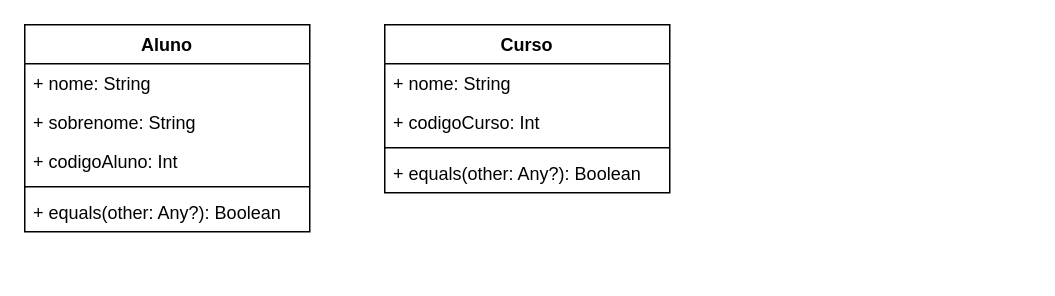
This is uml/DesafioKotlin.drawio from JonatasEliel/DesafioKotlin, a draw.io file, before an edit. Source tidied: cells renumbered, new cells numbered last; positions are measured from the earlier drawing's top-left corner, leaving out a move shared by most shapes. Both pictures are drawn from the tidied source at 150%, with x=0, y=0 at pixel (24, 24).
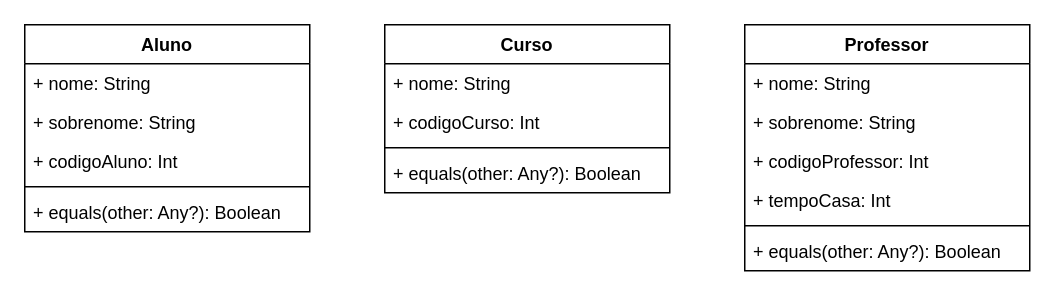
The same diagram, later.

Commit message:
diagrama de classe - Professor

Change to the diagram source:
```diff
@@
 <mxGraphModel>
   <root>
     <mxCell id="0" />
     <mxCell id="1" parent="0" />
     <mxCell id="2" value="Aluno" style="swimlane;fontStyle=1;align=center;verticalAlign=top;horizontal=1;startSize=26;" parent="1" vertex="1">
       <mxGeometry width="190" height="138" as="geometry" />
     </mxCell>
     <mxCell id="3" value="+ nome: String" style="text;strokeColor=none;fillColor=none;align=left;verticalAlign=top;spacingLeft=4;spacingRight=4;overflow=hidden;" parent="2" vertex="1">
       <mxGeometry y="26" width="190" height="26" as="geometry" />
     </mxCell>
     <mxCell id="4" value="+ sobrenome: String" style="text;strokeColor=none;fillColor=none;align=left;verticalAlign=top;spacingLeft=4;spacingRight=4;overflow=hidden;" parent="2" vertex="1">
       <mxGeometry y="52" width="190" height="26" as="geometry" />
     </mxCell>
     <mxCell id="5" value="+ codigoAluno: Int" style="text;strokeColor=none;fillColor=none;align=left;verticalAlign=top;spacingLeft=4;spacingRight=4;overflow=hidden;" parent="2" vertex="1">
       <mxGeometry y="78" width="190" height="26" as="geometry" />
     </mxCell>
     <mxCell id="6" style="line;strokeWidth=1;fillColor=none;align=left;verticalAlign=middle;spacingTop=-1;spacingLeft=3;spacingRight=3;labelPosition=right;" parent="2" vertex="1">
       <mxGeometry y="104" width="190" height="8" as="geometry" />
     </mxCell>
     <mxCell id="7" value="+ equals(other: Any?): Boolean" style="text;strokeColor=none;fillColor=none;align=left;verticalAlign=top;spacingLeft=4;spacingRight=4;overflow=hidden;" parent="2" vertex="1">
       <mxGeometry y="112" width="190" height="26" as="geometry" />
     </mxCell>
     <mxCell id="8" value="Curso" style="swimlane;fontStyle=1;align=center;verticalAlign=top;horizontal=1;startSize=26;" parent="1" vertex="1">
       <mxGeometry x="240" width="190" height="112" as="geometry" />
     </mxCell>
     <mxCell id="9" value="+ nome: String" style="text;strokeColor=none;fillColor=none;align=left;verticalAlign=top;spacingLeft=4;spacingRight=4;overflow=hidden;" parent="8" vertex="1">
       <mxGeometry y="26" width="190" height="26" as="geometry" />
     </mxCell>
     <mxCell id="10" value="+ codigoCurso: Int" style="text;strokeColor=none;fillColor=none;align=left;verticalAlign=top;spacingLeft=4;spacingRight=4;overflow=hidden;" parent="8" vertex="1">
       <mxGeometry y="52" width="190" height="26" as="geometry" />
     </mxCell>
     <mxCell id="11" style="line;strokeWidth=1;fillColor=none;align=left;verticalAlign=middle;spacingTop=-1;spacingLeft=3;spacingRight=3;labelPosition=right;" parent="8" vertex="1">
       <mxGeometry y="78" width="190" height="8" as="geometry" />
     </mxCell>
     <mxCell id="12" value="+ equals(other: Any?): Boolean" style="text;strokeColor=none;fillColor=none;align=left;verticalAlign=top;spacingLeft=4;spacingRight=4;overflow=hidden;" parent="8" vertex="1">
       <mxGeometry y="86" width="190" height="26" as="geometry" />
     </mxCell>
+    <mxCell id="13" value="Professor" style="swimlane;fontStyle=1;align=center;verticalAlign=top;horizontal=1;startSize=26;" parent="1" vertex="1">
+      <mxGeometry x="480" width="190" height="164" as="geometry" />
+    </mxCell>
+    <mxCell id="14" value="+ nome: String" style="text;strokeColor=none;fillColor=none;align=left;verticalAlign=top;spacingLeft=4;spacingRight=4;overflow=hidden;" parent="13" vertex="1">
+      <mxGeometry y="26" width="190" height="26" as="geometry" />
+    </mxCell>
+    <mxCell id="15" value="+ sobrenome: String" style="text;strokeColor=none;fillColor=none;align=left;verticalAlign=top;spacingLeft=4;spacingRight=4;overflow=hidden;" parent="13" vertex="1">
+      <mxGeometry y="52" width="190" height="26" as="geometry" />
+    </mxCell>
+    <mxCell id="16" value="+ codigoProfessor: Int" style="text;strokeColor=none;fillColor=none;align=left;verticalAlign=top;spacingLeft=4;spacingRight=4;overflow=hidden;" parent="13" vertex="1">
+      <mxGeometry y="78" width="190" height="26" as="geometry" />
+    </mxCell>
+    <mxCell id="17" value="+ tempoCasa: Int" style="text;strokeColor=none;fillColor=none;align=left;verticalAlign=top;spacingLeft=4;spacingRight=4;overflow=hidden;" parent="13" vertex="1">
+      <mxGeometry y="104" width="190" height="26" as="geometry" />
+    </mxCell>
+    <mxCell id="18" style="line;strokeWidth=1;fillColor=none;align=left;verticalAlign=middle;spacingTop=-1;spacingLeft=3;spacingRight=3;labelPosition=right;" parent="13" vertex="1">
+      <mxGeometry y="130" width="190" height="8" as="geometry" />
+    </mxCell>
+    <mxCell id="19" value="+ equals(other: Any?): Boolean" style="text;strokeColor=none;fillColor=none;align=left;verticalAlign=top;spacingLeft=4;spacingRight=4;overflow=hidden;" parent="13" vertex="1">
+      <mxGeometry y="138" width="190" height="26" as="geometry" />
+    </mxCell>
   </root>
 </mxGraphModel>
```
